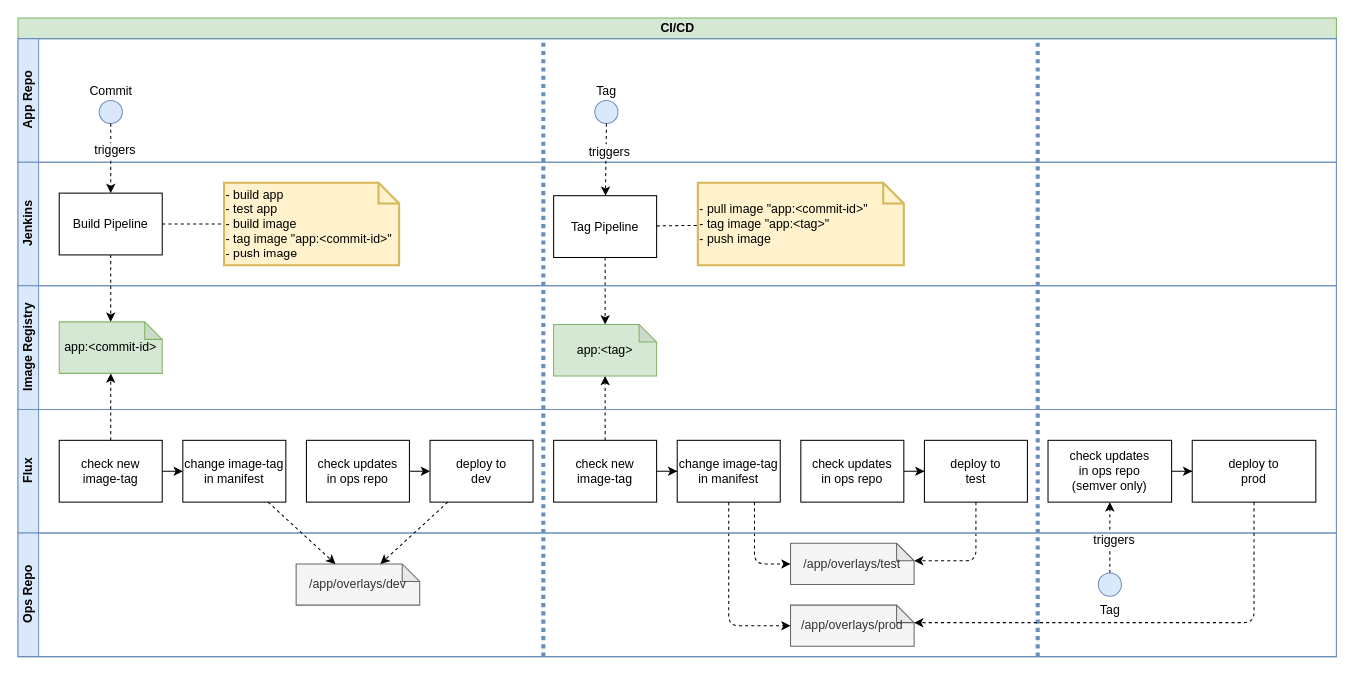
Above: cicd-flow.drawio in rmh78/flux2-gitops (draw.io), before the change. Source tidied: cells renumbered, new cells numbered last; positions are measured from the earlier drawing's top-left corner, leaving out a move shared by most shapes. Both pictures are drawn from the tidied source at 103%, with x=0, y=0 at pixel (18, 18).
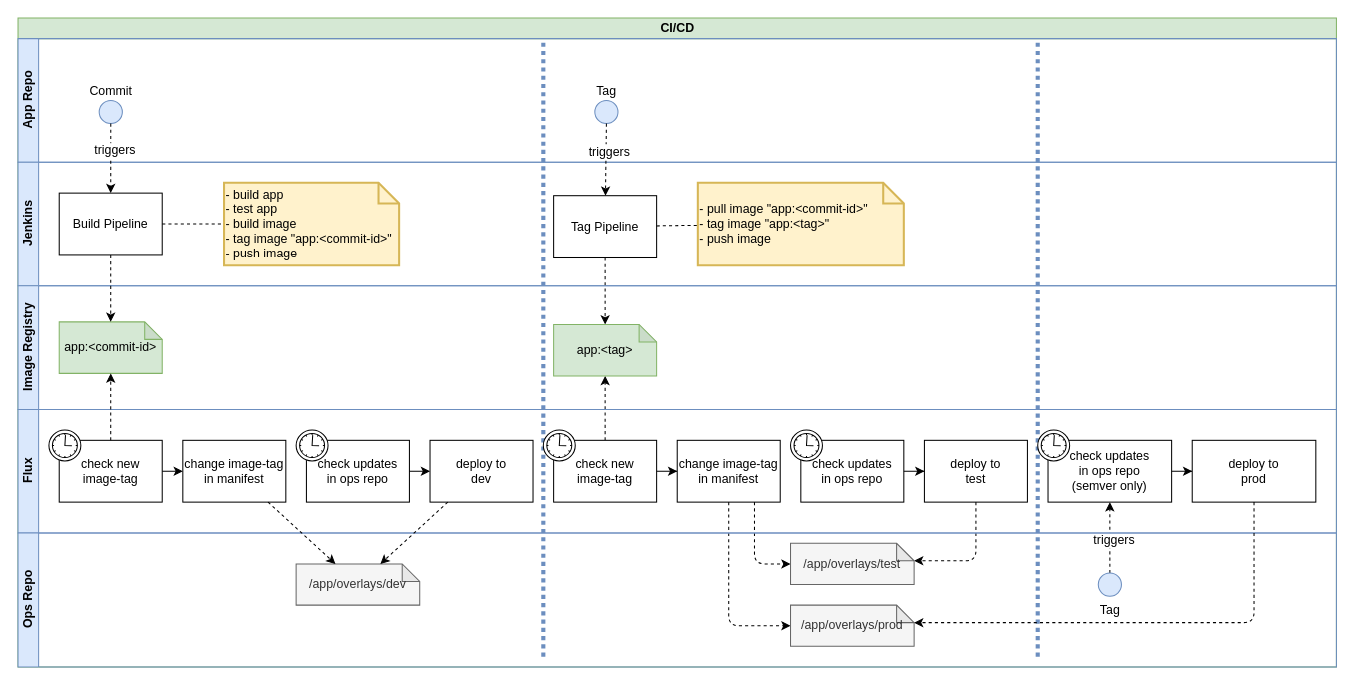
The same diagram, later.

Commit message (it also covers changes not shown here):
add timer symbol

The change refers to these unchanged cells:
```xml
<mxCell id="27" value="Flux" style="swimlane;html=1;startSize=20;horizontal=0;fillColor=#dae8fc;strokeColor=#6c8ebf;" parent="2" vertex="1">
  <mxGeometry y="380" width="1280" height="120" as="geometry" />
</mxCell>
<mxCell id="38" value="deploy to &lt;br&gt;test" style="whiteSpace=wrap;html=1;" parent="27" vertex="1">
  <mxGeometry x="880" y="30" width="100" height="60" as="geometry" />
</mxCell>
```

The edit, as a diff of the source:
```diff
@@
     <mxCell id="2" value="CI/CD" style="swimlane;html=1;horizontal=1;startSize=20;fillColor=#d5e8d4;strokeColor=#82b366;" parent="1" vertex="1">
-      <mxGeometry width="1280" height="620" as="geometry" />
+      <mxGeometry width="1280" height="630" as="geometry" />
     </mxCell>
@@
+    <mxCell id="30" value="check updates&lt;br&gt;in ops repo&lt;br&gt;(semver only)" style="whiteSpace=wrap;html=1;" parent="27" vertex="1">
+      <mxGeometry x="1000" y="30" width="120" height="60" as="geometry" />
+    </mxCell>
+    <mxCell id="55" style="shape=mxgraph.bpmn.shape;html=1;verticalLabelPosition=bottom;labelBackgroundColor=#ffffff;verticalAlign=top;align=center;perimeter=ellipsePerimeter;outline=standard;symbol=timer;" parent="27" vertex="1">
+      <mxGeometry x="990" y="20" width="31" height="30" as="geometry" />
+    </mxCell>
+    <mxCell id="39" value="check updates&lt;br&gt;in ops repo" style="whiteSpace=wrap;html=1;" parent="27" vertex="1">
+      <mxGeometry x="760" y="30" width="100" height="60" as="geometry" />
+    </mxCell>
@@
+    <mxCell id="56" style="shape=mxgraph.bpmn.shape;html=1;verticalLabelPosition=bottom;labelBackgroundColor=#ffffff;verticalAlign=top;align=center;perimeter=ellipsePerimeter;outline=standard;symbol=timer;" parent="27" vertex="1">
+      <mxGeometry x="750" y="20" width="31" height="30" as="geometry" />
+    </mxCell>
@@
-    <mxCell id="30" value="check updates&lt;br&gt;in ops repo&lt;br&gt;(semver only)" style="whiteSpace=wrap;html=1;" parent="27" vertex="1">
-      <mxGeometry x="1000" y="30" width="120" height="60" as="geometry" />
-    </mxCell>
@@
-    <mxCell id="39" value="check updates&lt;br&gt;in ops repo" style="whiteSpace=wrap;html=1;" parent="27" vertex="1">
-      <mxGeometry x="760" y="30" width="100" height="60" as="geometry" />
-    </mxCell>
@@
+    <mxCell id="42" style="edgeStyle=orthogonalEdgeStyle;rounded=0;jettySize=auto;html=1;" parent="27" edge="1" source="39" target="38">
+      <mxGeometry relative="1" as="geometry" />
+    </mxCell>
+    <mxCell id="57" style="shape=mxgraph.bpmn.shape;html=1;verticalLabelPosition=bottom;labelBackgroundColor=#ffffff;verticalAlign=top;align=center;perimeter=ellipsePerimeter;outline=standard;symbol=timer;" parent="27" vertex="1">
+      <mxGeometry x="30" y="20" width="31" height="30" as="geometry" />
+    </mxCell>
+    <mxCell id="58" style="shape=mxgraph.bpmn.shape;html=1;verticalLabelPosition=bottom;labelBackgroundColor=#ffffff;verticalAlign=top;align=center;perimeter=ellipsePerimeter;outline=standard;symbol=timer;" parent="27" vertex="1">
+      <mxGeometry x="270" y="20" width="31" height="30" as="geometry" />
+    </mxCell>
@@
-    <mxCell id="42" style="edgeStyle=orthogonalEdgeStyle;rounded=0;jettySize=auto;html=1;" parent="27" edge="1" source="39" target="38">
-      <mxGeometry relative="1" as="geometry" />
-    </mxCell>
+    <mxCell id="59" style="shape=mxgraph.bpmn.shape;html=1;verticalLabelPosition=bottom;labelBackgroundColor=#ffffff;verticalAlign=top;align=center;perimeter=ellipsePerimeter;outline=standard;symbol=timer;" parent="27" vertex="1">
+      <mxGeometry x="510" y="20" width="31" height="30" as="geometry" />
+    </mxCell>
     <mxCell id="43" value="Ops Repo" style="swimlane;html=1;startSize=20;horizontal=0;fillColor=#dae8fc;strokeColor=#6c8ebf;" parent="2" vertex="1">
-      <mxGeometry y="500" width="1280" height="120" as="geometry" />
+      <mxGeometry y="500" width="1280" height="130" as="geometry" />
     </mxCell>
```
